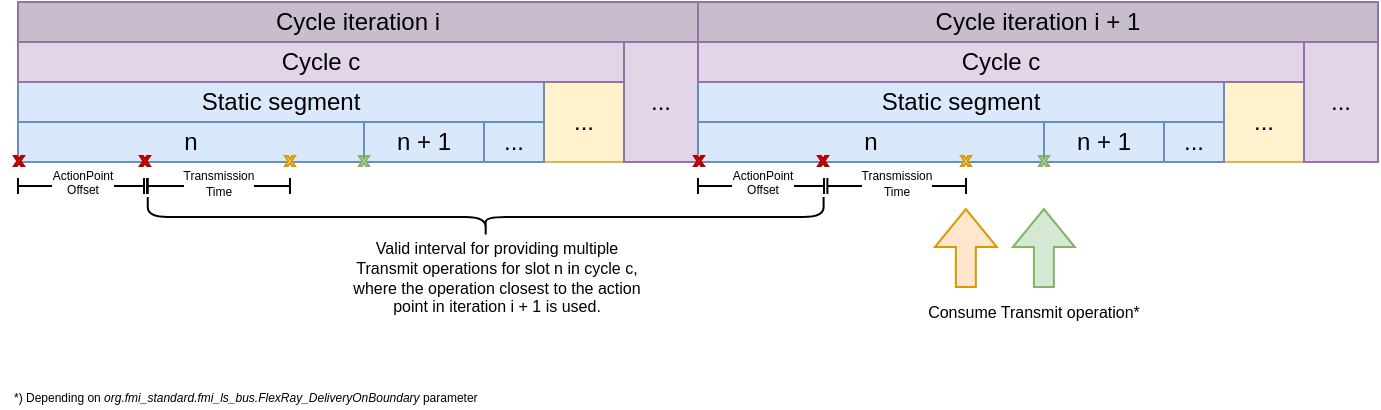
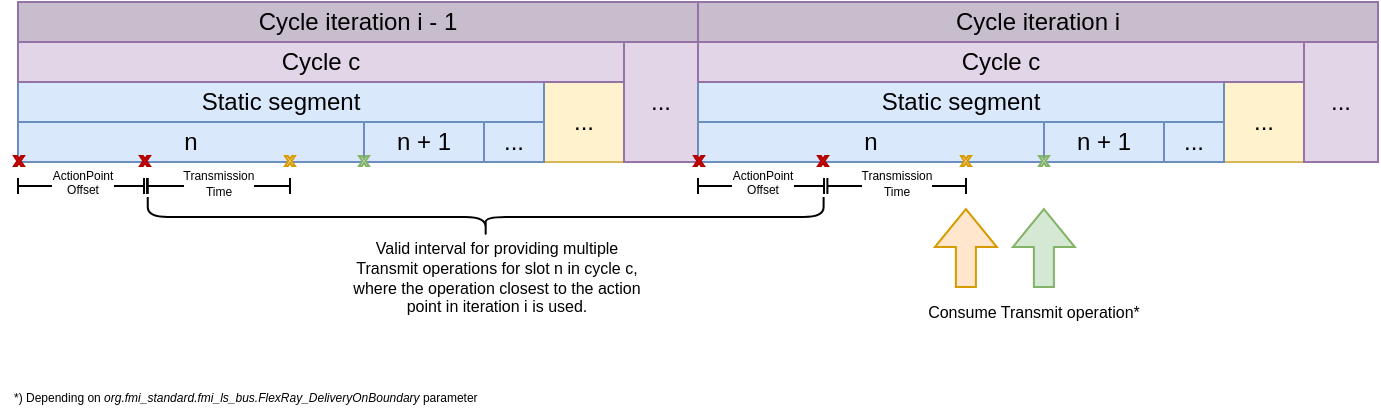
<mxfile host="65bd71144e">
    <diagram name="Page-1" id="FQamRQtbCovPPlWkLl-8">
-         <mxGraphModel dx="1532" dy="649" grid="1" gridSize="10" guides="1" tooltips="1" connect="1" arrows="1" fold="1" page="1" pageScale="1" pageWidth="850" pageHeight="1100" math="0" shadow="0">
+         <mxGraphModel dx="1175" dy="371" grid="1" gridSize="10" guides="1" tooltips="1" connect="1" arrows="1" fold="1" page="1" pageScale="1" pageWidth="850" pageHeight="1100" math="0" shadow="0">
            <root>
                <mxCell id="0"/>
                <mxCell id="1" parent="0"/>
-                 <mxCell id="39" value="&#xa;&lt;span style=&quot;color: rgb(0, 0, 0); font-family: Helvetica; font-size: 6px; font-style: normal; font-variant-ligatures: normal; font-variant-caps: normal; font-weight: 400; letter-spacing: normal; orphans: 2; text-align: center; text-indent: 0px; text-transform: none; widows: 2; word-spacing: 0px; -webkit-text-stroke-width: 0px; white-space: normal; background-color: rgb(251, 251, 251); text-decoration-thickness: initial; text-decoration-style: initial; text-decoration-color: initial; float: none; display: inline !important;&quot;&gt;ActionPoint Offset&lt;/span&gt;&#xa;&#xa;" style="endArrow=baseDash;startArrow=baseDash;html=1;rounded=0;fontSize=6;spacingTop=4;startFill=0;endFill=0;" edge="1" parent="1">
+                 <mxCell id="39" value="&#xa;&lt;span style=&quot;color: rgb(0, 0, 0); font-family: Helvetica; font-size: 6px; font-style: normal; font-variant-ligatures: normal; font-variant-caps: normal; font-weight: 400; letter-spacing: normal; orphans: 2; text-align: center; text-indent: 0px; text-transform: none; widows: 2; word-spacing: 0px; -webkit-text-stroke-width: 0px; white-space: normal; background-color: rgb(251, 251, 251); text-decoration-thickness: initial; text-decoration-style: initial; text-decoration-color: initial; float: none; display: inline !important;&quot;&gt;ActionPoint Offset&lt;/span&gt;&#xa;&#xa;" style="endArrow=baseDash;startArrow=baseDash;html=1;rounded=0;fontSize=6;spacingTop=4;startFill=0;endFill=0;" parent="1" edge="1">
                    <mxGeometry width="50" height="50" relative="1" as="geometry">
                        <mxPoint x="-426" y="712" as="sourcePoint"/>
                        <mxPoint x="-363" y="712" as="targetPoint"/>
                    </mxGeometry>
                </mxCell>
-                 <mxCell id="40" value="1" style="rounded=0;whiteSpace=wrap;html=1;fillColor=#dae8fc;strokeColor=#6c8ebf;" vertex="1" parent="1">
+                 <mxCell id="40" value="1" style="rounded=0;whiteSpace=wrap;html=1;fillColor=#dae8fc;strokeColor=#6c8ebf;" parent="1" vertex="1">
                    <mxGeometry x="-336.83" y="680" width="80" height="20" as="geometry"/>
                </mxCell>
-                 <mxCell id="41" value="n" style="rounded=0;whiteSpace=wrap;html=1;fillColor=#dae8fc;strokeColor=#6c8ebf;" vertex="1" parent="1">
+                 <mxCell id="41" value="n" style="rounded=0;whiteSpace=wrap;html=1;fillColor=#dae8fc;strokeColor=#6c8ebf;" parent="1" vertex="1">
                    <mxGeometry x="-426" y="680" width="173" height="20" as="geometry"/>
                </mxCell>
-                 <mxCell id="42" value="n + 1" style="rounded=0;whiteSpace=wrap;html=1;fillColor=#dae8fc;strokeColor=#6c8ebf;" vertex="1" parent="1">
+                 <mxCell id="42" value="n + 1" style="rounded=0;whiteSpace=wrap;html=1;fillColor=#dae8fc;strokeColor=#6c8ebf;" parent="1" vertex="1">
                    <mxGeometry x="-253" y="680" width="60" height="20" as="geometry"/>
                </mxCell>
-                 <mxCell id="43" value="" style="edgeStyle=orthogonalEdgeStyle;rounded=0;orthogonalLoop=1;jettySize=auto;html=1;" edge="1" parent="1" source="44">
+                 <mxCell id="43" value="" style="edgeStyle=orthogonalEdgeStyle;rounded=0;orthogonalLoop=1;jettySize=auto;html=1;" parent="1" source="44" edge="1">
                    <mxGeometry relative="1" as="geometry">
                        <mxPoint x="-256" y="640" as="targetPoint"/>
                    </mxGeometry>
                </mxCell>
-                 <mxCell id="44" value="..." style="rounded=0;whiteSpace=wrap;html=1;fillColor=#fff2cc;strokeColor=#d6b656;spacingLeft=0;" vertex="1" parent="1">
+                 <mxCell id="44" value="..." style="rounded=0;whiteSpace=wrap;html=1;fillColor=#fff2cc;strokeColor=#d6b656;spacingLeft=0;" parent="1" vertex="1">
                    <mxGeometry x="-163" y="660" width="40" height="40" as="geometry"/>
                </mxCell>
-                 <mxCell id="45" value="Transmission&lt;br&gt;Time" style="endArrow=baseDash;startArrow=baseDash;html=1;rounded=0;fontSize=6;spacingTop=-2;startFill=0;endFill=0;exitX=0.5;exitY=1;exitDx=0;exitDy=0;" edge="1" parent="1">
+                 <mxCell id="45" value="Transmission&lt;br&gt;Time" style="endArrow=baseDash;startArrow=baseDash;html=1;rounded=0;fontSize=6;spacingTop=-2;startFill=0;endFill=0;exitX=0.5;exitY=1;exitDx=0;exitDy=0;" parent="1" edge="1">
                    <mxGeometry width="50" height="50" relative="1" as="geometry">
                        <mxPoint x="-361.30500000000006" y="712" as="sourcePoint"/>
                        <mxPoint x="-290" y="712" as="targetPoint"/>
                    </mxGeometry>
                </mxCell>
-                 <mxCell id="46" value="" style="verticalLabelPosition=bottom;verticalAlign=top;html=1;shape=mxgraph.basic.x;fillColor=#ffe6cc;strokeColor=#d79b00;" vertex="1" parent="1">
+                 <mxCell id="46" value="" style="verticalLabelPosition=bottom;verticalAlign=top;html=1;shape=mxgraph.basic.x;fillColor=#ffe6cc;strokeColor=#d79b00;" parent="1" vertex="1">
                    <mxGeometry x="-292.5" y="697" width="5" height="5" as="geometry"/>
                </mxCell>
-                 <mxCell id="47" value="" style="verticalLabelPosition=bottom;verticalAlign=top;html=1;shape=mxgraph.basic.x;fillColor=#e51400;fontColor=#ffffff;strokeColor=#B20000;" vertex="1" parent="1">
+                 <mxCell id="47" value="" style="verticalLabelPosition=bottom;verticalAlign=top;html=1;shape=mxgraph.basic.x;fillColor=#e51400;fontColor=#ffffff;strokeColor=#B20000;" parent="1" vertex="1">
                    <mxGeometry x="-365" y="697" width="5" height="5" as="geometry"/>
                </mxCell>
-                 <mxCell id="48" value="" style="verticalLabelPosition=bottom;verticalAlign=top;html=1;shape=mxgraph.basic.x;fillColor=#e51400;fontColor=#ffffff;strokeColor=#B20000;" vertex="1" parent="1">
+                 <mxCell id="48" value="" style="verticalLabelPosition=bottom;verticalAlign=top;html=1;shape=mxgraph.basic.x;fillColor=#e51400;fontColor=#ffffff;strokeColor=#B20000;" parent="1" vertex="1">
                    <mxGeometry x="-428" y="697" width="5" height="5" as="geometry"/>
                </mxCell>
-                 <mxCell id="49" value="" style="verticalLabelPosition=bottom;verticalAlign=top;html=1;shape=mxgraph.basic.x;fillColor=#d5e8d4;strokeColor=#82b366;" vertex="1" parent="1">
+                 <mxCell id="49" value="" style="verticalLabelPosition=bottom;verticalAlign=top;html=1;shape=mxgraph.basic.x;fillColor=#d5e8d4;strokeColor=#82b366;" parent="1" vertex="1">
                    <mxGeometry x="-255.5" y="697" width="5" height="5" as="geometry"/>
                </mxCell>
-                 <mxCell id="50" value="..." style="rounded=0;whiteSpace=wrap;html=1;fillColor=#e1d5e7;strokeColor=#9673a6;spacingLeft=0;" vertex="1" parent="1">
+                 <mxCell id="50" value="..." style="rounded=0;whiteSpace=wrap;html=1;fillColor=#e1d5e7;strokeColor=#9673a6;spacingLeft=0;" parent="1" vertex="1">
                    <mxGeometry x="-123" y="640" width="37" height="60" as="geometry"/>
                </mxCell>
-                 <mxCell id="51" value="..." style="rounded=0;whiteSpace=wrap;html=1;fillColor=#dae8fc;strokeColor=#6c8ebf;" vertex="1" parent="1">
+                 <mxCell id="51" value="..." style="rounded=0;whiteSpace=wrap;html=1;fillColor=#dae8fc;strokeColor=#6c8ebf;" parent="1" vertex="1">
                    <mxGeometry x="-193" y="680" width="30" height="20" as="geometry"/>
                </mxCell>
-                 <mxCell id="52" value="Static segment" style="rounded=0;whiteSpace=wrap;html=1;fillColor=#dae8fc;strokeColor=#6c8ebf;" vertex="1" parent="1">
+                 <mxCell id="52" value="Static segment" style="rounded=0;whiteSpace=wrap;html=1;fillColor=#dae8fc;strokeColor=#6c8ebf;" parent="1" vertex="1">
                    <mxGeometry x="-426" y="660" width="263" height="20" as="geometry"/>
                </mxCell>
-                 <mxCell id="53" value="Cycle c" style="rounded=0;whiteSpace=wrap;html=1;fillColor=#e1d5e7;strokeColor=#9673a6;" vertex="1" parent="1">
+                 <mxCell id="53" value="Cycle c" style="rounded=0;whiteSpace=wrap;html=1;fillColor=#e1d5e7;strokeColor=#9673a6;" parent="1" vertex="1">
                    <mxGeometry x="-426" y="640" width="303" height="20" as="geometry"/>
                </mxCell>
-                 <mxCell id="54" value="&#xa;&lt;span style=&quot;color: rgb(0, 0, 0); font-family: Helvetica; font-size: 6px; font-style: normal; font-variant-ligatures: normal; font-variant-caps: normal; font-weight: 400; letter-spacing: normal; orphans: 2; text-align: center; text-indent: 0px; text-transform: none; widows: 2; word-spacing: 0px; -webkit-text-stroke-width: 0px; white-space: normal; background-color: rgb(251, 251, 251); text-decoration-thickness: initial; text-decoration-style: initial; text-decoration-color: initial; float: none; display: inline !important;&quot;&gt;ActionPoint Offset&lt;/span&gt;&#xa;&#xa;" style="endArrow=baseDash;startArrow=baseDash;html=1;rounded=0;fontSize=6;spacingTop=4;startFill=0;endFill=0;" edge="1" parent="1">
+                 <mxCell id="54" value="&#xa;&lt;span style=&quot;color: rgb(0, 0, 0); font-family: Helvetica; font-size: 6px; font-style: normal; font-variant-ligatures: normal; font-variant-caps: normal; font-weight: 400; letter-spacing: normal; orphans: 2; text-align: center; text-indent: 0px; text-transform: none; widows: 2; word-spacing: 0px; -webkit-text-stroke-width: 0px; white-space: normal; background-color: rgb(251, 251, 251); text-decoration-thickness: initial; text-decoration-style: initial; text-decoration-color: initial; float: none; display: inline !important;&quot;&gt;ActionPoint Offset&lt;/span&gt;&#xa;&#xa;" style="endArrow=baseDash;startArrow=baseDash;html=1;rounded=0;fontSize=6;spacingTop=4;startFill=0;endFill=0;" parent="1" edge="1">
                    <mxGeometry width="50" height="50" relative="1" as="geometry">
                        <mxPoint x="-86" y="712" as="sourcePoint"/>
                        <mxPoint x="-23" y="712" as="targetPoint"/>
                    </mxGeometry>
                </mxCell>
-                 <mxCell id="55" value="1" style="rounded=0;whiteSpace=wrap;html=1;fillColor=#dae8fc;strokeColor=#6c8ebf;" vertex="1" parent="1">
+                 <mxCell id="55" value="1" style="rounded=0;whiteSpace=wrap;html=1;fillColor=#dae8fc;strokeColor=#6c8ebf;" parent="1" vertex="1">
                    <mxGeometry x="3.170000000000016" y="680" width="80" height="20" as="geometry"/>
                </mxCell>
-                 <mxCell id="56" value="n" style="rounded=0;whiteSpace=wrap;html=1;fillColor=#dae8fc;strokeColor=#6c8ebf;" vertex="1" parent="1">
+                 <mxCell id="56" value="n" style="rounded=0;whiteSpace=wrap;html=1;fillColor=#dae8fc;strokeColor=#6c8ebf;" parent="1" vertex="1">
                    <mxGeometry x="-86" y="680" width="173" height="20" as="geometry"/>
                </mxCell>
-                 <mxCell id="57" value="n + 1" style="rounded=0;whiteSpace=wrap;html=1;fillColor=#dae8fc;strokeColor=#6c8ebf;" vertex="1" parent="1">
+                 <mxCell id="57" value="n + 1" style="rounded=0;whiteSpace=wrap;html=1;fillColor=#dae8fc;strokeColor=#6c8ebf;" parent="1" vertex="1">
                    <mxGeometry x="87" y="680" width="60" height="20" as="geometry"/>
                </mxCell>
-                 <mxCell id="58" value="" style="shape=flexArrow;endArrow=classic;html=1;rounded=0;fillColor=#ffe6cc;strokeColor=#d79b00;" edge="1" parent="1">
+                 <mxCell id="58" value="" style="shape=flexArrow;endArrow=classic;html=1;rounded=0;fillColor=#ffe6cc;strokeColor=#d79b00;" parent="1" edge="1">
                    <mxGeometry width="50" height="50" relative="1" as="geometry">
                        <mxPoint x="47.940000000000055" y="763" as="sourcePoint"/>
                        <mxPoint x="47.940000000000055" y="723" as="targetPoint"/>
                    </mxGeometry>
                </mxCell>
-                 <mxCell id="59" value="Consume Transmit operation*" style="text;html=1;strokeColor=none;fillColor=none;align=center;verticalAlign=middle;whiteSpace=wrap;rounded=0;fontSize=8;" vertex="1" parent="1">
+                 <mxCell id="59" value="Consume Transmit operation*" style="text;html=1;strokeColor=none;fillColor=none;align=center;verticalAlign=middle;whiteSpace=wrap;rounded=0;fontSize=8;" parent="1" vertex="1">
                    <mxGeometry x="18.870000000000005" y="760" width="126.13" height="30" as="geometry"/>
                </mxCell>
-                 <mxCell id="60" value="" style="edgeStyle=orthogonalEdgeStyle;rounded=0;orthogonalLoop=1;jettySize=auto;html=1;" edge="1" parent="1" source="61">
+                 <mxCell id="60" value="" style="edgeStyle=orthogonalEdgeStyle;rounded=0;orthogonalLoop=1;jettySize=auto;html=1;" parent="1" source="61" edge="1">
                    <mxGeometry relative="1" as="geometry">
                        <mxPoint x="84" y="640" as="targetPoint"/>
                    </mxGeometry>
                </mxCell>
-                 <mxCell id="61" value="..." style="rounded=0;whiteSpace=wrap;html=1;fillColor=#fff2cc;strokeColor=#d6b656;spacingLeft=0;" vertex="1" parent="1">
+                 <mxCell id="61" value="..." style="rounded=0;whiteSpace=wrap;html=1;fillColor=#fff2cc;strokeColor=#d6b656;spacingLeft=0;" parent="1" vertex="1">
                    <mxGeometry x="177" y="660" width="40" height="40" as="geometry"/>
                </mxCell>
-                 <mxCell id="62" value="Transmission&lt;br&gt;Time" style="endArrow=baseDash;startArrow=baseDash;html=1;rounded=0;fontSize=6;spacingTop=-2;startFill=0;endFill=0;exitX=0.5;exitY=1;exitDx=0;exitDy=0;" edge="1" parent="1">
+                 <mxCell id="62" value="Transmission&lt;br&gt;Time" style="endArrow=baseDash;startArrow=baseDash;html=1;rounded=0;fontSize=6;spacingTop=-2;startFill=0;endFill=0;exitX=0.5;exitY=1;exitDx=0;exitDy=0;" parent="1" edge="1">
                    <mxGeometry width="50" height="50" relative="1" as="geometry">
                        <mxPoint x="-21.305000000000064" y="712" as="sourcePoint"/>
                        <mxPoint x="48" y="712" as="targetPoint"/>
                    </mxGeometry>
                </mxCell>
-                 <mxCell id="63" value="" style="verticalLabelPosition=bottom;verticalAlign=top;html=1;shape=mxgraph.basic.x;fillColor=#ffe6cc;strokeColor=#d79b00;" vertex="1" parent="1">
+                 <mxCell id="63" value="" style="verticalLabelPosition=bottom;verticalAlign=top;html=1;shape=mxgraph.basic.x;fillColor=#ffe6cc;strokeColor=#d79b00;" parent="1" vertex="1">
                    <mxGeometry x="45.5" y="697" width="5" height="5" as="geometry"/>
                </mxCell>
-                 <mxCell id="64" value="" style="verticalLabelPosition=bottom;verticalAlign=top;html=1;shape=mxgraph.basic.x;fillColor=#e51400;fontColor=#ffffff;strokeColor=#B20000;" vertex="1" parent="1">
+                 <mxCell id="64" value="" style="verticalLabelPosition=bottom;verticalAlign=top;html=1;shape=mxgraph.basic.x;fillColor=#e51400;fontColor=#ffffff;strokeColor=#B20000;" parent="1" vertex="1">
                    <mxGeometry x="-26" y="697" width="5" height="5" as="geometry"/>
                </mxCell>
-                 <mxCell id="65" value="" style="verticalLabelPosition=bottom;verticalAlign=top;html=1;shape=mxgraph.basic.x;fillColor=#e51400;fontColor=#ffffff;strokeColor=#B20000;" vertex="1" parent="1">
+                 <mxCell id="65" value="" style="verticalLabelPosition=bottom;verticalAlign=top;html=1;shape=mxgraph.basic.x;fillColor=#e51400;fontColor=#ffffff;strokeColor=#B20000;" parent="1" vertex="1">
                    <mxGeometry x="-88" y="697" width="5" height="5" as="geometry"/>
                </mxCell>
-                 <mxCell id="66" value="" style="verticalLabelPosition=bottom;verticalAlign=top;html=1;shape=mxgraph.basic.x;fillColor=#d5e8d4;strokeColor=#82b366;" vertex="1" parent="1">
+                 <mxCell id="66" value="" style="verticalLabelPosition=bottom;verticalAlign=top;html=1;shape=mxgraph.basic.x;fillColor=#d5e8d4;strokeColor=#82b366;" parent="1" vertex="1">
                    <mxGeometry x="84.5" y="697" width="5" height="5" as="geometry"/>
                </mxCell>
-                 <mxCell id="67" value="" style="shape=flexArrow;endArrow=classic;html=1;rounded=0;fillColor=#d5e8d4;strokeColor=#82b366;" edge="1" parent="1">
+                 <mxCell id="67" value="" style="shape=flexArrow;endArrow=classic;html=1;rounded=0;fillColor=#d5e8d4;strokeColor=#82b366;" parent="1" edge="1">
                    <mxGeometry width="50" height="50" relative="1" as="geometry">
                        <mxPoint x="86.94000000000005" y="763" as="sourcePoint"/>
                        <mxPoint x="86.94000000000005" y="723" as="targetPoint"/>
                    </mxGeometry>
                </mxCell>
-                 <mxCell id="68" value="..." style="rounded=0;whiteSpace=wrap;html=1;fillColor=#e1d5e7;strokeColor=#9673a6;spacingLeft=0;" vertex="1" parent="1">
+                 <mxCell id="68" value="..." style="rounded=0;whiteSpace=wrap;html=1;fillColor=#e1d5e7;strokeColor=#9673a6;spacingLeft=0;" parent="1" vertex="1">
                    <mxGeometry x="217" y="640" width="37" height="60" as="geometry"/>
                </mxCell>
-                 <mxCell id="69" value="..." style="rounded=0;whiteSpace=wrap;html=1;fillColor=#dae8fc;strokeColor=#6c8ebf;" vertex="1" parent="1">
+                 <mxCell id="69" value="..." style="rounded=0;whiteSpace=wrap;html=1;fillColor=#dae8fc;strokeColor=#6c8ebf;" parent="1" vertex="1">
                    <mxGeometry x="147" y="680" width="30" height="20" as="geometry"/>
                </mxCell>
-                 <mxCell id="70" value="Static segment" style="rounded=0;whiteSpace=wrap;html=1;fillColor=#dae8fc;strokeColor=#6c8ebf;" vertex="1" parent="1">
+                 <mxCell id="70" value="Static segment" style="rounded=0;whiteSpace=wrap;html=1;fillColor=#dae8fc;strokeColor=#6c8ebf;" parent="1" vertex="1">
                    <mxGeometry x="-86" y="660" width="263" height="20" as="geometry"/>
                </mxCell>
-                 <mxCell id="71" value="Cycle c" style="rounded=0;whiteSpace=wrap;html=1;fillColor=#e1d5e7;strokeColor=#9673a6;" vertex="1" parent="1">
+                 <mxCell id="71" value="Cycle c" style="rounded=0;whiteSpace=wrap;html=1;fillColor=#e1d5e7;strokeColor=#9673a6;" parent="1" vertex="1">
                    <mxGeometry x="-86" y="640" width="303" height="20" as="geometry"/>
                </mxCell>
-                 <mxCell id="72" value="*) Depending on&amp;nbsp;&lt;i style=&quot;font-size: 6px;&quot;&gt;org.fmi_standard.fmi_ls_bus.FlexRay_DeliveryOnBoundary&lt;/i&gt; parameter" style="text;html=1;align=left;verticalAlign=middle;whiteSpace=wrap;rounded=0;fontSize=6;" vertex="1" parent="1">
+                 <mxCell id="72" value="*) Depending on&amp;nbsp;&lt;i style=&quot;font-size: 6px;&quot;&gt;org.fmi_standard.fmi_ls_bus.FlexRay_DeliveryOnBoundary&lt;/i&gt; parameter" style="text;html=1;align=left;verticalAlign=middle;whiteSpace=wrap;rounded=0;fontSize=6;" parent="1" vertex="1">
                    <mxGeometry x="-430" y="813" width="321" height="10" as="geometry"/>
                </mxCell>
-                 <mxCell id="73" value="&lt;span&gt;Valid interval for providing multiple Transmit operations for slot n in cycle c,&lt;/span&gt;&lt;div class=&quot;scriptor-paragraph&quot;&gt;&lt;span&gt;&lt;/span&gt;&lt;/div&gt;&lt;div class=&quot;scriptor-paragraph&quot;&gt;&lt;span&gt;where the operation closest to the action point&amp;nbsp;&lt;/span&gt;&lt;span style=&quot;background-color: transparent; color: light-dark(rgb(0, 0, 0), rgb(255, 255, 255));&quot;&gt;in iteration i + 1&lt;/span&gt;&lt;span style=&quot;background-color: transparent; color: light-dark(rgb(0, 0, 0), rgb(255, 255, 255));&quot;&gt;&amp;nbsp;is used.&lt;/span&gt;&lt;/div&gt;" style="text;html=1;strokeColor=none;fillColor=none;align=center;verticalAlign=middle;whiteSpace=wrap;rounded=0;fontSize=8;" vertex="1" parent="1">
+                 <mxCell id="73" value="&lt;span&gt;Valid interval for providing multiple Transmit operations for slot n in cycle c,&lt;/span&gt;&lt;div class=&quot;scriptor-paragraph&quot;&gt;&lt;span&gt;&lt;/span&gt;&lt;/div&gt;&lt;div class=&quot;scriptor-paragraph&quot;&gt;&lt;span&gt;where the operation closest to the action point&amp;nbsp;&lt;/span&gt;&lt;span style=&quot;background-color: transparent; color: light-dark(rgb(0, 0, 0), rgb(255, 255, 255));&quot;&gt;in iteration i&lt;/span&gt;&lt;span style=&quot;background-color: transparent; color: light-dark(rgb(0, 0, 0), rgb(255, 255, 255));&quot;&gt;&amp;nbsp;is used.&lt;/span&gt;&lt;/div&gt;" style="text;html=1;strokeColor=none;fillColor=none;align=center;verticalAlign=middle;whiteSpace=wrap;rounded=0;fontSize=8;" parent="1" vertex="1">
                    <mxGeometry x="-263" y="719.75" width="153" height="76.5" as="geometry"/>
                </mxCell>
-                 <mxCell id="74" value="Cycle iteration i" style="rounded=0;whiteSpace=wrap;html=1;fillColor=#C8BDCD;strokeColor=#9673a6;" vertex="1" parent="1">
+                 <mxCell id="74" value="Cycle iteration i - 1" style="rounded=0;whiteSpace=wrap;html=1;fillColor=#C8BDCD;strokeColor=#9673a6;" parent="1" vertex="1">
                    <mxGeometry x="-426" y="620" width="340" height="20" as="geometry"/>
                </mxCell>
-                 <mxCell id="75" value="Cycle iteration i + 1" style="rounded=0;whiteSpace=wrap;html=1;fillColor=#C8BDCD;strokeColor=#9673a6;" vertex="1" parent="1">
+                 <mxCell id="75" value="Cycle iteration i" style="rounded=0;whiteSpace=wrap;html=1;fillColor=#C8BDCD;strokeColor=#9673a6;" parent="1" vertex="1">
                    <mxGeometry x="-86" y="620" width="340" height="20" as="geometry"/>
                </mxCell>
-                 <mxCell id="76" value="" style="shape=curlyBracket;whiteSpace=wrap;html=1;rounded=1;labelPosition=left;verticalLabelPosition=middle;align=right;verticalAlign=middle;rotation=-90;" vertex="1" parent="1">
+                 <mxCell id="76" value="" style="shape=curlyBracket;whiteSpace=wrap;html=1;rounded=1;labelPosition=left;verticalLabelPosition=middle;align=right;verticalAlign=middle;rotation=-90;" parent="1" vertex="1">
                    <mxGeometry x="-202.16" y="558.55" width="20" height="337.93" as="geometry"/>
                </mxCell>
-                 <mxCell id="77" value="Transmission&lt;br&gt;Time" style="endArrow=baseDash;startArrow=baseDash;html=1;rounded=0;fontSize=6;spacingTop=-2;startFill=0;endFill=0;exitX=0.5;exitY=1;exitDx=0;exitDy=0;endSize=6;" edge="1" parent="1">
+                 <mxCell id="77" value="Transmission&lt;br&gt;Time" style="endArrow=baseDash;startArrow=baseDash;html=1;rounded=0;fontSize=6;spacingTop=-2;startFill=0;endFill=0;exitX=0.5;exitY=1;exitDx=0;exitDy=0;endSize=6;" parent="1" edge="1">
                    <mxGeometry width="50" height="50" relative="1" as="geometry">
                        <mxPoint x="-361.30500000000006" y="712" as="sourcePoint"/>
                        <mxPoint x="-290" y="712" as="targetPoint"/>
                    </mxGeometry>
                </mxCell>
-                 <mxCell id="78" value="Transmission&lt;br&gt;Time" style="endArrow=baseDash;startArrow=baseDash;html=1;rounded=0;fontSize=6;spacingTop=-2;startFill=0;endFill=0;exitX=0.5;exitY=1;exitDx=0;exitDy=0;endSize=6;" edge="1" parent="1">
+                 <mxCell id="78" value="Transmission&lt;br&gt;Time" style="endArrow=baseDash;startArrow=baseDash;html=1;rounded=0;fontSize=6;spacingTop=-2;startFill=0;endFill=0;exitX=0.5;exitY=1;exitDx=0;exitDy=0;endSize=6;" parent="1" edge="1">
                    <mxGeometry width="50" height="50" relative="1" as="geometry">
                        <mxPoint x="-361.30500000000006" y="712" as="sourcePoint"/>
                        <mxPoint x="-290" y="712" as="targetPoint"/>
                    </mxGeometry>
                </mxCell>
            </root>
        </mxGraphModel>
    </diagram>
</mxfile>